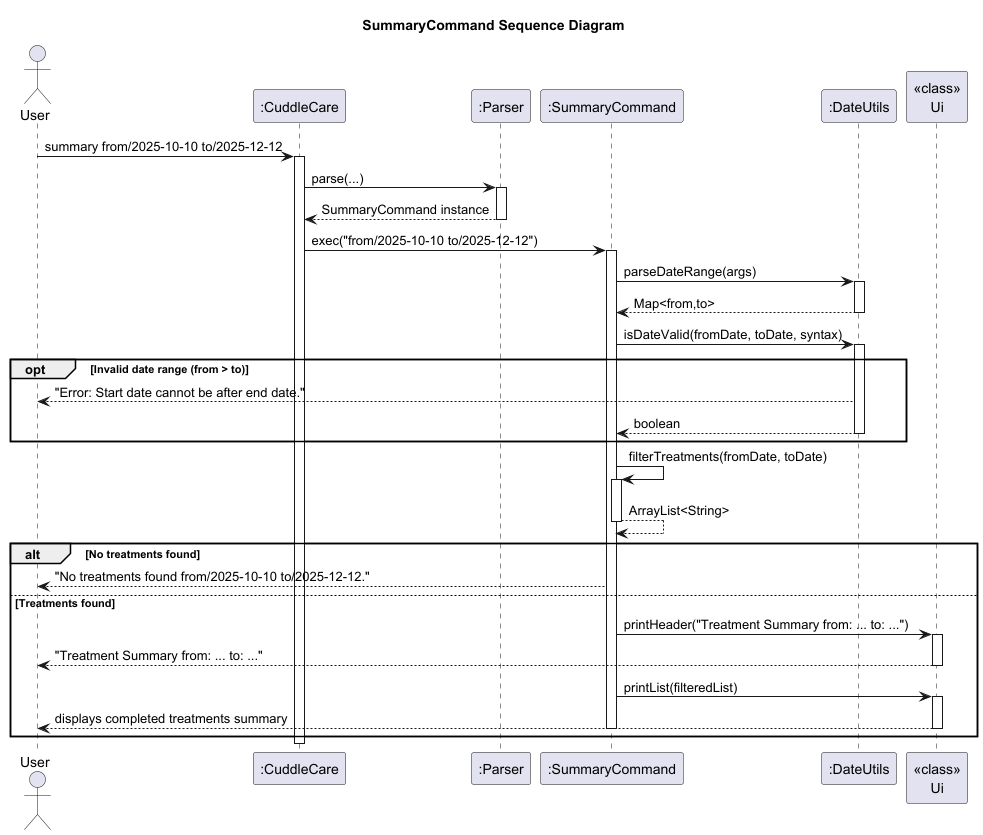
Kevin88866/tp keeps this PlantUML diagram as docs/diagrams/SummaryCommand_Sequence_Diagram.png. Above is the earlier version.
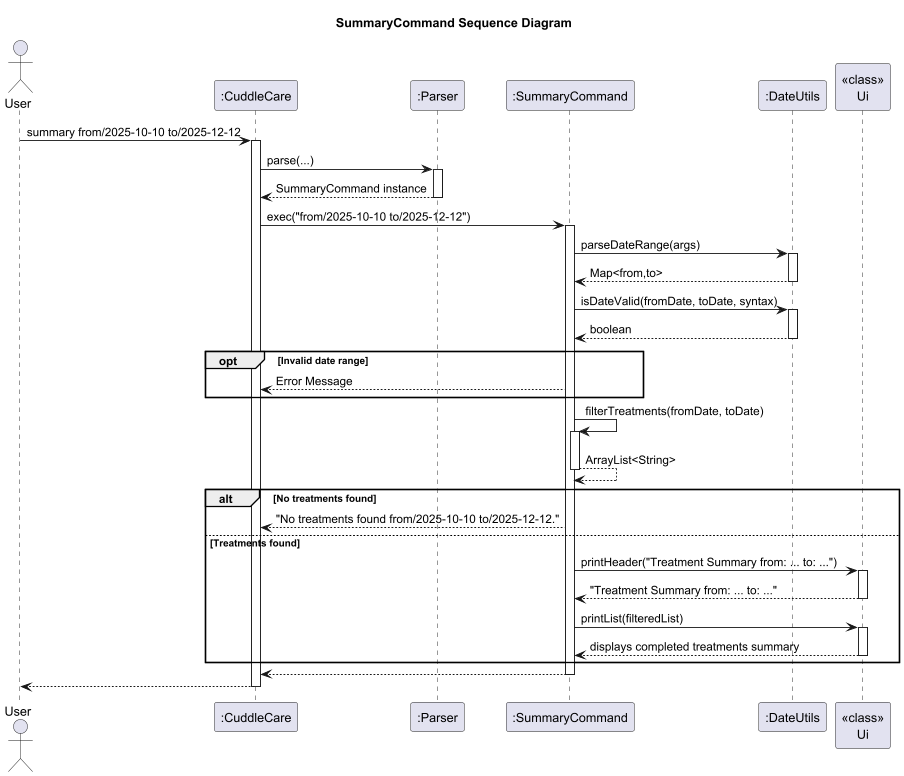
After the commit.

Commit message:
Update sequence diagrams

Change to the diagram source:
```diff
@@ -29,10 +29,11 @@
 
 Command -> DateUtils: isDateValid(fromDate, toDate, syntax)
 activate DateUtils
-opt Invalid date range (from > to)
-    DateUtils --> User: "Error: Start date cannot be after end date."
-    DateUtils --> Command: boolean
-    deactivate DateUtils
+return boolean
+
+opt Invalid date range
+    Command --> CuddleCare: Error Message
+
 end
 
 Command -> Command: filterTreatments(fromDate, toDate)
@@ -42,17 +43,15 @@
 
 
 alt No treatments found
-    Command --> User: "No treatments found from/2025-10-10 to/2025-12-12."
+    Command --> CuddleCare: "No treatments found from/2025-10-10 to/2025-12-12."
 else Treatments found
     Command -> Ui: printHeader("Treatment Summary from: ... to: ...")
     activate Ui
-    Ui --> User: "Treatment Summary from: ... to: ..."
-    deactivate Ui
+    return "Treatment Summary from: ... to: ..."
     Command -> Ui: printList(filteredList)
     activate Ui
-    Ui --> User: displays completed treatments summary
-    deactivate Ui
-    deactivate Command
+    return displays completed treatments summary
 end
-    deactivate CuddleCare
+return
+return
 @enduml
```
